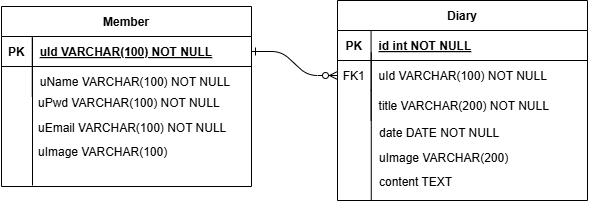
This is document/MyDiaryERD.drawio.png from kyum2n/MyDiary-master, a draw.io export, as it was before one commit. Source tidied: cells renumbered, new cells last; positions are measured from the earlier drawing's top-left corner, leaving out a move shared by most shapes. The source it was exported from:
```xml
<mxGraphModel>
  <root>
    <mxCell id="0" />
    <mxCell id="1" parent="0" />
    <mxCell id="2" style="edgeStyle=entityRelationEdgeStyle;endArrow=ERzeroToMany;startArrow=ERone;endFill=1;startFill=0;" parent="1" edge="1" source="14" target="7">
      <mxGeometry relative="1" as="geometry" />
    </mxCell>
    <mxCell id="3" value="Diary" style="shape=table;startSize=30;rowLines=0;fontStyle=1;align=center;" parent="1" vertex="1">
      <mxGeometry x="337" width="250" height="200" as="geometry" />
    </mxCell>
    <mxCell id="4" style="shape=partialRectangle;fillColor=none;top=0;left=0;right=0;bottom=1;" parent="3" vertex="1">
      <mxGeometry y="30" width="250" height="30" as="geometry" />
    </mxCell>
    <mxCell id="5" value="PK" style="shape=partialRectangle;overflow=hidden;fillColor=none;top=0;left=0;bottom=0;right=0;fontStyle=1;" parent="4" vertex="1">
      <mxGeometry width="33.6" height="30" as="geometry" />
    </mxCell>
    <mxCell id="6" value="id int NOT NULL " style="shape=partialRectangle;overflow=hidden;fillColor=none;top=0;left=0;bottom=0;right=0;align=left;spacingLeft=6;fontStyle=5;" parent="4" vertex="1">
      <mxGeometry x="33.6" width="216.4" height="30" as="geometry" />
    </mxCell>
    <mxCell id="7" style="shape=partialRectangle;fillColor=none;points=[[0,0.5],[1,0.5]];portConstraint=eastwest;top=0;left=0;right=0;bottom=0;" parent="3" vertex="1">
      <mxGeometry y="60" width="250" height="30" as="geometry" />
    </mxCell>
    <mxCell id="8" value="FK1" style="shape=partialRectangle;overflow=hidden;fillColor=none;top=0;left=0;bottom=0;right=0;" parent="7" vertex="1">
      <mxGeometry width="33.6" height="30" as="geometry" />
    </mxCell>
    <mxCell id="9" value="uId VARCHAR(100) NOT NULL" style="shape=partialRectangle;overflow=hidden;fillColor=none;top=0;left=0;bottom=0;right=0;align=left;spacingLeft=6;" parent="7" vertex="1">
      <mxGeometry x="33.6" width="216.4" height="30" as="geometry" />
    </mxCell>
    <mxCell id="10" style="shape=partialRectangle;fillColor=none;top=0;left=0;right=0;bottom=0;" parent="3" vertex="1">
      <mxGeometry y="90" width="250" height="30" as="geometry" />
    </mxCell>
    <mxCell id="11" style="shape=partialRectangle;overflow=hidden;fillColor=none;top=0;left=0;bottom=0;right=0;" parent="10" vertex="1">
      <mxGeometry width="33.6" height="30" as="geometry" />
    </mxCell>
    <mxCell id="12" value="title VARCHAR(200) NOT NULL" style="shape=partialRectangle;overflow=hidden;fillColor=none;top=0;left=0;bottom=0;right=0;align=left;spacingLeft=6;" parent="10" vertex="1">
      <mxGeometry x="33.6" width="216.4" height="30" as="geometry" />
    </mxCell>
    <mxCell id="13" value="Member" style="shape=table;startSize=30;rowLines=0;fontStyle=1;align=center;" parent="1" vertex="1">
      <mxGeometry x="1" y="6" width="250" height="180" as="geometry" />
    </mxCell>
    <mxCell id="14" style="shape=partialRectangle;fillColor=none;points=[[0,0.5],[1,0.5]];portConstraint=eastwest;top=0;left=0;right=0;bottom=1;" parent="13" vertex="1">
      <mxGeometry y="30" width="250" height="30" as="geometry" />
    </mxCell>
    <mxCell id="15" value="PK" style="shape=partialRectangle;overflow=hidden;fillColor=none;top=0;left=0;bottom=0;right=0;fontStyle=1;" parent="14" vertex="1">
      <mxGeometry width="30.8" height="30" as="geometry" />
    </mxCell>
    <mxCell id="16" value="uId VARCHAR(100) NOT NULL" style="shape=partialRectangle;overflow=hidden;fillColor=none;top=0;left=0;bottom=0;right=0;align=left;spacingLeft=6;fontStyle=5;" parent="14" vertex="1">
      <mxGeometry x="30.8" width="219.2" height="30" as="geometry" />
    </mxCell>
    <mxCell id="17" style="shape=partialRectangle;fillColor=none;top=0;left=0;right=0;bottom=0;" parent="13" vertex="1">
      <mxGeometry y="60" width="250" height="30" as="geometry" />
    </mxCell>
    <mxCell id="18" style="shape=partialRectangle;overflow=hidden;fillColor=none;top=0;left=0;bottom=0;right=0;" parent="17" vertex="1">
      <mxGeometry width="30.8" height="30" as="geometry" />
    </mxCell>
    <mxCell id="19" value="uName VARCHAR(100) NOT NULL" style="shape=partialRectangle;overflow=hidden;fillColor=none;top=0;left=0;bottom=0;right=0;align=left;spacingLeft=6;" parent="17" vertex="1">
      <mxGeometry x="30.8" width="219.2" height="30" as="geometry" />
    </mxCell>
    <mxCell id="20" style="shape=partialRectangle;overflow=hidden;fillColor=none;top=0;left=0;bottom=0;right=0;" parent="1" vertex="1">
      <mxGeometry y="87" width="30" height="30" as="geometry" />
    </mxCell>
    <mxCell id="21" value="uPwd VARCHAR(100) NOT NULL" style="shape=partialRectangle;overflow=hidden;fillColor=none;top=0;left=0;bottom=0;right=0;align=left;spacingLeft=6;" parent="1" vertex="1">
      <mxGeometry x="30" y="87" width="220" height="30" as="geometry" />
    </mxCell>
    <mxCell id="22" value="uEmail VARCHAR(100) NOT NULL" style="shape=partialRectangle;overflow=hidden;fillColor=none;top=0;left=0;bottom=0;right=0;align=left;spacingLeft=6;" parent="1" vertex="1">
      <mxGeometry x="30" y="112" width="220" height="30" as="geometry" />
    </mxCell>
    <mxCell id="23" value="uImage VARCHAR(100)" style="shape=partialRectangle;overflow=hidden;fillColor=none;top=0;left=0;bottom=0;right=0;align=left;spacingLeft=6;" parent="1" vertex="1">
      <mxGeometry x="30" y="136" width="220" height="30" as="geometry" />
    </mxCell>
    <mxCell id="24" value="date DATE NOT NULL" style="shape=partialRectangle;overflow=hidden;fillColor=none;top=0;left=0;bottom=0;right=0;align=left;spacingLeft=6;labelBorderColor=none;strokeColor=none;" parent="1" vertex="1">
      <mxGeometry x="371" y="117" width="220" height="30" as="geometry" />
    </mxCell>
    <mxCell id="25" value="uImage VARCHAR(200)" style="shape=partialRectangle;overflow=hidden;fillColor=none;top=0;left=0;bottom=0;right=0;align=left;spacingLeft=6;labelBorderColor=none;strokeColor=none;" parent="1" vertex="1">
      <mxGeometry x="371" y="142" width="220" height="30" as="geometry" />
    </mxCell>
    <mxCell id="26" value="content TEXT" style="shape=partialRectangle;overflow=hidden;fillColor=none;top=0;left=0;bottom=0;right=0;align=left;spacingLeft=6;labelBorderColor=none;strokeColor=none;" parent="1" vertex="1">
      <mxGeometry x="371" y="166" width="220" height="30" as="geometry" />
    </mxCell>
    <mxCell id="27" style="endArrow=none;html=1;rounded=0;" parent="1" edge="1">
      <mxGeometry relative="1" as="geometry">
        <mxPoint x="32" y="185" as="sourcePoint" />
        <mxPoint x="32" y="37" as="targetPoint" />
      </mxGeometry>
    </mxCell>
    <mxCell id="28" style="endArrow=none;html=1;rounded=0;" parent="1" edge="1">
      <mxGeometry relative="1" as="geometry">
        <mxPoint x="370.8" y="200" as="sourcePoint" />
        <mxPoint x="370.8" y="52" as="targetPoint" />
      </mxGeometry>
    </mxCell>
  </root>
</mxGraphModel>
```
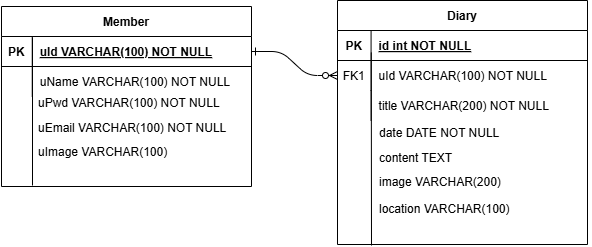
The same diagram one commit later.

The edit, as a diff of the source:
```diff
@@ -6,7 +6,7 @@
       <mxGeometry relative="1" as="geometry" />
     </mxCell>
     <mxCell id="3" value="Diary" style="shape=table;startSize=30;rowLines=0;fontStyle=1;align=center;" parent="1" vertex="1">
-      <mxGeometry x="337" width="250" height="200" as="geometry" />
+      <mxGeometry x="337" width="250" height="244" as="geometry" />
     </mxCell>
     <mxCell id="4" style="shape=partialRectangle;fillColor=none;top=0;left=0;right=0;bottom=1;" parent="3" vertex="1">
       <mxGeometry y="30" width="250" height="30" as="geometry" />
@@ -71,12 +71,9 @@
     <mxCell id="24" value="date DATE NOT NULL" style="shape=partialRectangle;overflow=hidden;fillColor=none;top=0;left=0;bottom=0;right=0;align=left;spacingLeft=6;labelBorderColor=none;strokeColor=none;" parent="1" vertex="1">
       <mxGeometry x="371" y="117" width="220" height="30" as="geometry" />
     </mxCell>
-    <mxCell id="25" value="uImage VARCHAR(200)" style="shape=partialRectangle;overflow=hidden;fillColor=none;top=0;left=0;bottom=0;right=0;align=left;spacingLeft=6;labelBorderColor=none;strokeColor=none;" parent="1" vertex="1">
+    <mxCell id="25" value="content TEXT" style="shape=partialRectangle;overflow=hidden;fillColor=none;top=0;left=0;bottom=0;right=0;align=left;spacingLeft=6;labelBorderColor=none;strokeColor=none;" parent="1" vertex="1">
       <mxGeometry x="371" y="142" width="220" height="30" as="geometry" />
     </mxCell>
-    <mxCell id="26" value="content TEXT" style="shape=partialRectangle;overflow=hidden;fillColor=none;top=0;left=0;bottom=0;right=0;align=left;spacingLeft=6;labelBorderColor=none;strokeColor=none;" parent="1" vertex="1">
-      <mxGeometry x="371" y="166" width="220" height="30" as="geometry" />
-    </mxCell>
     <mxCell id="27" style="endArrow=none;html=1;rounded=0;" parent="1" edge="1">
       <mxGeometry relative="1" as="geometry">
         <mxPoint x="32" y="185" as="sourcePoint" />
@@ -85,9 +82,15 @@
     </mxCell>
     <mxCell id="28" style="endArrow=none;html=1;rounded=0;" parent="1" edge="1">
       <mxGeometry relative="1" as="geometry">
-        <mxPoint x="370.8" y="200" as="sourcePoint" />
+        <mxPoint x="371" y="245" as="sourcePoint" />
         <mxPoint x="370.8" y="52" as="targetPoint" />
       </mxGeometry>
     </mxCell>
+    <mxCell id="29" value="location VARCHAR(100)" style="shape=partialRectangle;overflow=hidden;fillColor=none;top=0;left=0;bottom=0;right=0;align=left;spacingLeft=6;labelBorderColor=none;strokeColor=none;" parent="1" vertex="1">
+      <mxGeometry x="371" y="193" width="220" height="30" as="geometry" />
+    </mxCell>
+    <mxCell id="30" value="image VARCHAR(200)" style="shape=partialRectangle;overflow=hidden;fillColor=none;top=0;left=0;bottom=0;right=0;align=left;spacingLeft=6;labelBorderColor=none;strokeColor=none;" parent="1" vertex="1">
+      <mxGeometry x="371" y="166" width="220" height="30" as="geometry" />
+    </mxCell>
   </root>
 </mxGraphModel>
```
